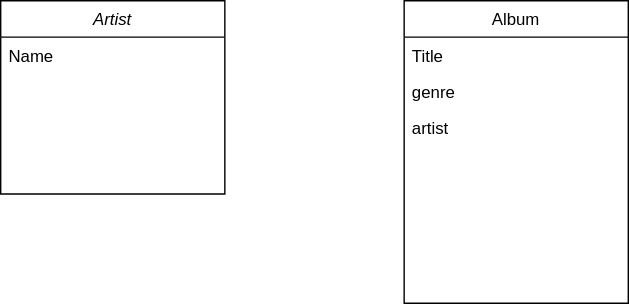
Above: music_records_diagram.svg in evelyn-sz/Python_Music_Records (draw.io), before the change. Source tidied: cells renumbered, new cells last; positions are measured from the earlier drawing's top-left corner, leaving out a move shared by most shapes.
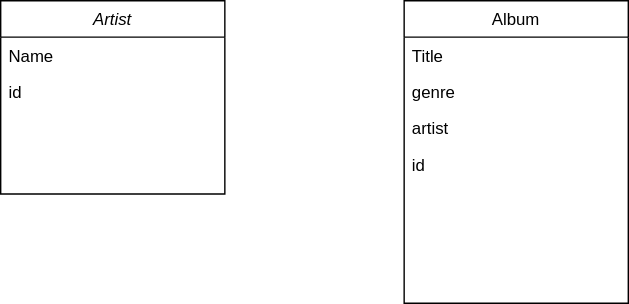
The same file after the commit.

Change to the diagram source:
```diff
@@ -8,6 +8,9 @@
     <mxCell id="3" value="Name" style="text;align=left;verticalAlign=top;spacingLeft=4;spacingRight=4;overflow=hidden;" parent="2" vertex="1">
       <mxGeometry y="26" width="160" height="26" as="geometry" />
     </mxCell>
+    <mxCell id="8" value="id" style="text;align=left;verticalAlign=top;spacingLeft=4;spacingRight=4;overflow=hidden;" parent="2" vertex="1">
+      <mxGeometry y="52" width="160" height="26" as="geometry" />
+    </mxCell>
     <mxCell id="4" value="Album" style="swimlane;fontStyle=0;align=center;verticalAlign=top;horizontal=1;startSize=26;rounded=0;shadow=0;strokeWidth=1;" parent="1" vertex="1">
       <mxGeometry x="288" width="160" height="216" as="geometry" />
     </mxCell>
@@ -20,5 +23,8 @@
     <mxCell id="7" value="artist" style="text;align=left;verticalAlign=top;spacingLeft=4;spacingRight=4;overflow=hidden;" parent="4" vertex="1">
       <mxGeometry y="78" width="160" height="26" as="geometry" />
     </mxCell>
+    <mxCell id="9" value="id" style="text;align=left;verticalAlign=top;spacingLeft=4;spacingRight=4;overflow=hidden;" parent="4" vertex="1">
+      <mxGeometry y="104" width="160" height="26" as="geometry" />
+    </mxCell>
   </root>
 </mxGraphModel>
```
